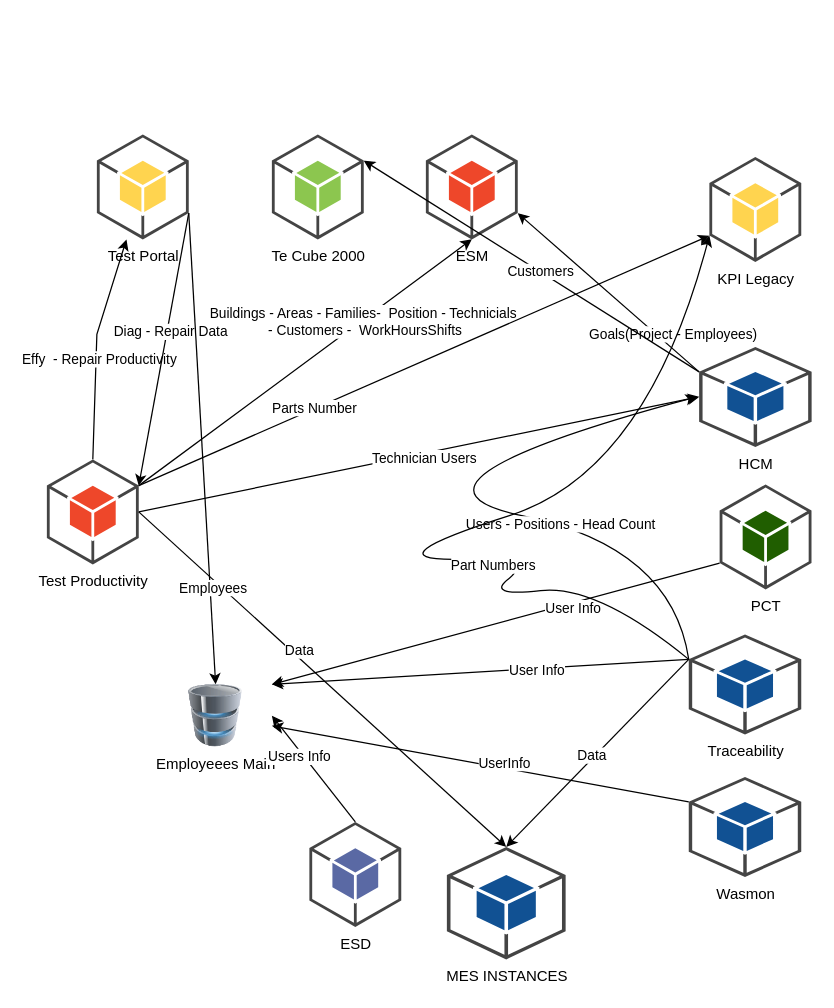
The draw.io diagram page "Diagrama Actual" (2 of 2) of Untitled Diagram.drawio in byok22/backend, before the edit. Source tidied: cells renumbered, new cells numbered last; positions are measured from the earlier drawing's top-left corner, leaving out a move shared by most shapes. Both pictures are drawn from the tidied source at 125%, with x=0, y=0 at pixel (46, 134).
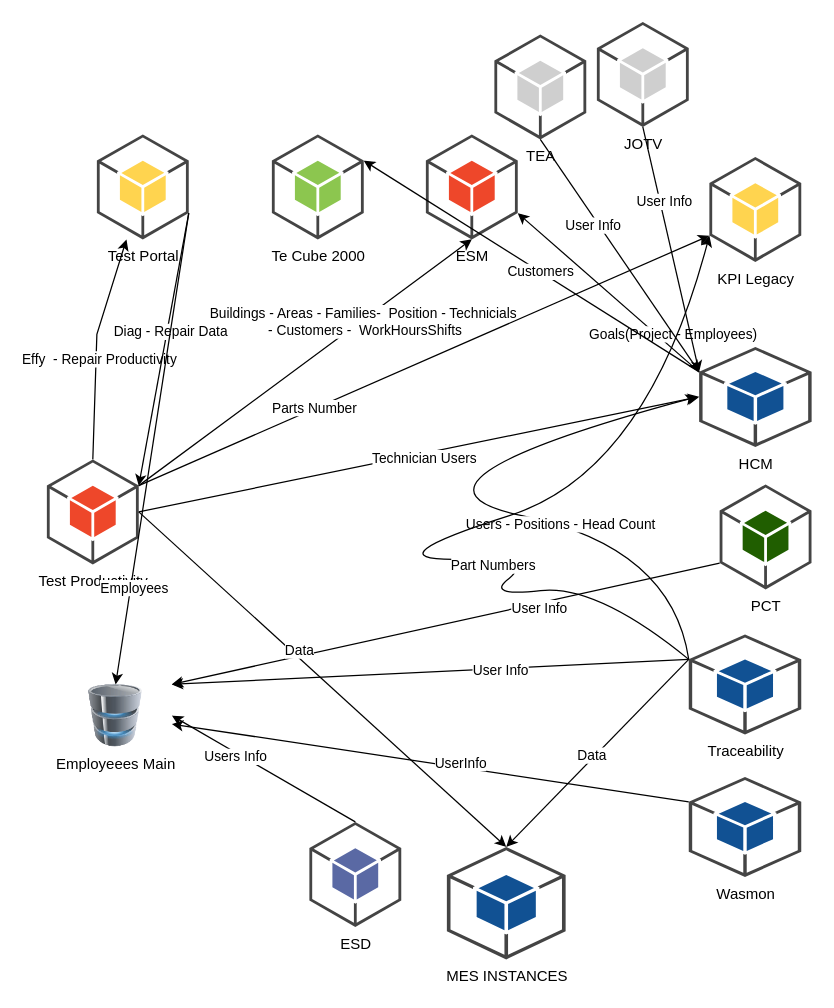
The same diagram, later.

Commit message:
dependencias de santiago

Unchanged cells that the change refers to:
```xml
<mxCell id="5" value="HCM" style="outlineConnect=0;dashed=0;verticalLabelPosition=bottom;verticalAlign=top;align=center;html=1;shape=mxgraph.aws3.android;fillColor=#115193;gradientColor=none;" parent="1" vertex="1">
  <mxGeometry x="521.8" y="170" width="90" height="80" as="geometry" />
</mxCell>
```

Diff of the diagram source:
```diff
@@
     <mxCell id="9" value="Employeees Main" style="image;html=1;image=img/lib/clip_art/computers/Database_128x128.png;" parent="1" vertex="1">
-      <mxGeometry x="90" y="440" width="90" height="50" as="geometry" />
+      <mxGeometry x="10" y="440" width="90" height="50" as="geometry" />
     </mxCell>
@@
+    <mxCell id="46" value="TEA" style="outlineConnect=0;dashed=0;verticalLabelPosition=bottom;verticalAlign=top;align=center;html=1;shape=mxgraph.aws3.android;fillColor=#CFCFCF;gradientColor=none;" parent="1" vertex="1">
+      <mxGeometry x="358" y="-80" width="73.5" height="84" as="geometry" />
+    </mxCell>
+    <mxCell id="47" style="endArrow=classic;html=1;rounded=0;exitX=0.5;exitY=1;exitDx=0;exitDy=0;exitPerimeter=0;entryX=0;entryY=0.25;entryDx=0;entryDy=0;entryPerimeter=0;" parent="1" edge="1" source="46" target="5">
+      <mxGeometry relative="1" as="geometry" />
+    </mxCell>
+    <mxCell id="48" value="User Info" style="edgeLabel;html=1;align=center;verticalAlign=middle;" parent="47" vertex="1">
+      <mxGeometry x="-0.29" y="-4" relative="1" as="geometry" />
+    </mxCell>
+    <mxCell id="49" value="JOTV" style="outlineConnect=0;dashed=0;verticalLabelPosition=bottom;verticalAlign=top;align=center;html=1;shape=mxgraph.aws3.android;fillColor=#CFCFCF;gradientColor=none;" parent="1" vertex="1">
+      <mxGeometry x="440" y="-90" width="73.5" height="84" as="geometry" />
+    </mxCell>
+    <mxCell id="50" style="endArrow=classic;html=1;rounded=0;exitX=0.5;exitY=1;exitDx=0;exitDy=0;exitPerimeter=0;entryX=0;entryY=0.25;entryDx=0;entryDy=0;entryPerimeter=0;" parent="1" edge="1" source="49" target="5">
+      <mxGeometry relative="1" as="geometry" />
+    </mxCell>
+    <mxCell id="51" value="User Info" style="edgeLabel;html=1;align=center;verticalAlign=middle;" parent="50" vertex="1">
+      <mxGeometry x="-0.38" y="3" relative="1" as="geometry" />
+    </mxCell>
```
